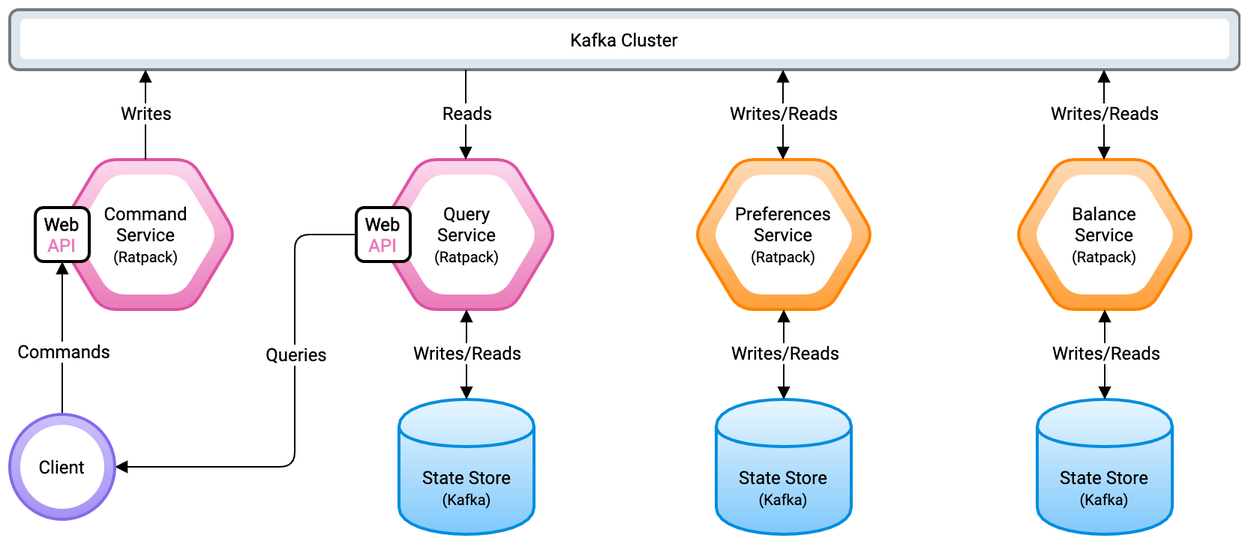
Before: diagrams/kafka-microservices-architecture.png, a diagram exported from draw.io (pcasas/piggybox). Source tidied: cells renumbered, new cells last; positions are measured from the earlier drawing's top-left corner, leaving out a move shared by most shapes.
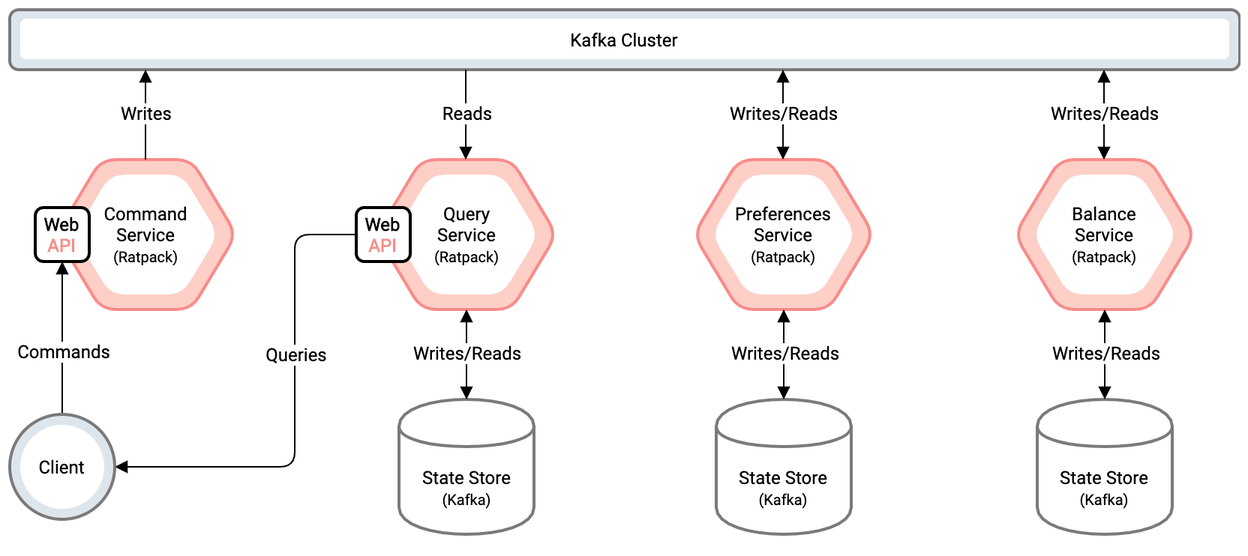
Above is the later version.

Change to the diagram source:
```diff
@@ -2,13 +2,13 @@
   <root>
     <mxCell id="0" />
     <mxCell id="1" parent="0" />
-    <mxCell id="2" style="shape=hexagon;perimeter=hexagonPerimeter2;whiteSpace=wrap;html=1;strokeWidth=2;fillColor=#FFDAB3;gradientColor=#FF9F39;rounded=1;comic=0;strokeColor=#ff8300;" parent="1" vertex="1">
+    <mxCell id="2" style="shape=hexagon;perimeter=hexagonPerimeter2;whiteSpace=wrap;html=1;strokeWidth=2;fillColor=#FDCFC7;gradientColor=none;rounded=1;comic=0;strokeColor=#F88C8A;" parent="1" vertex="1">
       <mxGeometry x="456" y="100" width="120" height="100" as="geometry" />
     </mxCell>
     <mxCell id="3" value="Preferences&lt;br&gt;Service&lt;br&gt;&lt;font style=&quot;font-size: 10px&quot;&gt;(Ratpack)&lt;/font&gt;" style="shape=hexagon;perimeter=hexagonPerimeter2;whiteSpace=wrap;html=1;strokeWidth=1;fillColor=#FFFFFF;gradientColor=#FFFFFF;dashed=1;fontFamily=Roboto;FType=g;rounded=1;comic=0;strokeColor=none;" parent="1" vertex="1">
       <mxGeometry x="468" y="110" width="96" height="80" as="geometry" />
     </mxCell>
-    <mxCell id="4" value="&lt;font face=&quot;Roboto&quot;&gt;State Store&lt;br&gt;&lt;font style=&quot;font-size: 10px&quot;&gt;(Kafka)&lt;/font&gt;&lt;/font&gt;" style="shape=cylinder;whiteSpace=wrap;html=1;boundedLbl=1;backgroundOutline=1;strokeWidth=2;fillColor=#E9F6FF;gradientColor=#7FC8FB;shadow=0;strokeColor=#008dde;" parent="1" vertex="1">
+    <mxCell id="4" value="&lt;font face=&quot;Roboto&quot;&gt;State Store&lt;br&gt;&lt;font style=&quot;font-size: 10px&quot;&gt;(Kafka)&lt;/font&gt;&lt;/font&gt;" style="shape=cylinder;whiteSpace=wrap;html=1;boundedLbl=1;backgroundOutline=1;strokeWidth=2;fillColor=#FFFFFF;gradientColor=none;shadow=0;strokeColor=#7A7A7A;" parent="1" vertex="1">
       <mxGeometry x="471" y="260" width="90" height="90" as="geometry" />
     </mxCell>
     <mxCell id="5" style="endArrow=block;startArrow=block;html=1;entryX=0.5;entryY=1;entryDx=0;entryDy=0;exitX=0.5;exitY=0;exitDx=0;exitDy=0;startFill=1;endFill=1;" parent="1" edge="1" source="4" target="2">
@@ -39,13 +39,13 @@
         <mxPoint x="-1" as="offset" />
       </mxGeometry>
     </mxCell>
-    <mxCell id="12" style="shape=hexagon;perimeter=hexagonPerimeter2;whiteSpace=wrap;html=1;strokeWidth=2;fillColor=#FFDAB3;gradientColor=#FF9F39;rounded=1;comic=0;strokeColor=#ff8300;" parent="1" vertex="1">
+    <mxCell id="12" style="shape=hexagon;perimeter=hexagonPerimeter2;whiteSpace=wrap;html=1;strokeWidth=2;fillColor=#FDCFC7;gradientColor=none;rounded=1;comic=0;strokeColor=#F88C8A;" parent="1" vertex="1">
       <mxGeometry x="670" y="100" width="120" height="100" as="geometry" />
     </mxCell>
     <mxCell id="13" value="Balance&lt;br&gt;Service&lt;br&gt;&lt;font style=&quot;font-size: 10px&quot;&gt;(Ratpack)&lt;/font&gt;" style="shape=hexagon;perimeter=hexagonPerimeter2;whiteSpace=wrap;html=1;strokeWidth=1;fillColor=#FFFFFF;gradientColor=#FFFFFF;dashed=1;fontFamily=Roboto;FType=g;rounded=1;comic=0;strokeColor=none;" parent="1" vertex="1">
       <mxGeometry x="682" y="110" width="96" height="80" as="geometry" />
     </mxCell>
-    <mxCell id="14" value="&lt;font face=&quot;Roboto&quot;&gt;State Store&lt;br&gt;&lt;font style=&quot;font-size: 10px&quot;&gt;(Kafka)&lt;/font&gt;&lt;/font&gt;" style="shape=cylinder;whiteSpace=wrap;html=1;boundedLbl=1;backgroundOutline=1;strokeWidth=2;fillColor=#E9F6FF;gradientColor=#7FC8FB;shadow=0;strokeColor=#008dde;" parent="1" vertex="1">
+    <mxCell id="14" value="&lt;font face=&quot;Roboto&quot;&gt;State Store&lt;br&gt;&lt;font style=&quot;font-size: 10px&quot;&gt;(Kafka)&lt;/font&gt;&lt;/font&gt;" style="shape=cylinder;whiteSpace=wrap;html=1;boundedLbl=1;backgroundOutline=1;strokeWidth=2;fillColor=#FFFFFF;gradientColor=none;shadow=0;strokeColor=#7A7A7A;" parent="1" vertex="1">
       <mxGeometry x="685" y="260" width="90" height="90" as="geometry" />
     </mxCell>
     <mxCell id="15" style="endArrow=block;startArrow=block;html=1;entryX=0.5;entryY=1;entryDx=0;entryDy=0;exitX=0.5;exitY=0;exitDx=0;exitDy=0;startFill=1;endFill=1;" parent="1" edge="1" source="14" target="12">
@@ -70,13 +70,13 @@
         <mxPoint x="-1" as="offset" />
       </mxGeometry>
     </mxCell>
-    <mxCell id="20" style="shape=hexagon;perimeter=hexagonPerimeter2;whiteSpace=wrap;html=1;strokeWidth=2;fillColor=#FCD8ED;gradientColor=#EA7AB9;rounded=1;comic=0;strokeColor=#de53a3;" parent="1" vertex="1">
+    <mxCell id="20" style="shape=hexagon;perimeter=hexagonPerimeter2;whiteSpace=wrap;html=1;strokeWidth=2;fillColor=#FDCFC7;gradientColor=none;rounded=1;comic=0;strokeColor=#F88C8A;" parent="1" vertex="1">
       <mxGeometry x="244.5" y="100" width="120" height="100" as="geometry" />
     </mxCell>
     <mxCell id="21" value="Query&lt;br&gt;Service&lt;br&gt;&lt;font style=&quot;font-size: 10px&quot;&gt;(Ratpack)&lt;/font&gt;" style="shape=hexagon;perimeter=hexagonPerimeter2;whiteSpace=wrap;html=1;strokeWidth=1;fillColor=#FFFFFF;gradientColor=#FFFFFF;dashed=1;fontFamily=Roboto;FType=g;rounded=1;comic=0;strokeColor=none;" parent="1" vertex="1">
       <mxGeometry x="256.5" y="110" width="96" height="80" as="geometry" />
     </mxCell>
-    <mxCell id="22" value="&lt;font face=&quot;Roboto&quot;&gt;State Store&lt;br&gt;&lt;font style=&quot;font-size: 10px&quot;&gt;(Kafka)&lt;/font&gt;&lt;/font&gt;" style="shape=cylinder;whiteSpace=wrap;html=1;boundedLbl=1;backgroundOutline=1;strokeWidth=2;fillColor=#E9F6FF;gradientColor=#7FC8FB;shadow=0;strokeColor=#008dde;" parent="1" vertex="1">
+    <mxCell id="22" value="&lt;font face=&quot;Roboto&quot;&gt;State Store&lt;br&gt;&lt;font style=&quot;font-size: 10px&quot;&gt;(Kafka)&lt;/font&gt;&lt;/font&gt;" style="shape=cylinder;whiteSpace=wrap;html=1;boundedLbl=1;backgroundOutline=1;strokeWidth=2;fillColor=#FFFFFF;gradientColor=none;shadow=0;strokeColor=#7A7A7A;" parent="1" vertex="1">
       <mxGeometry x="259.5" y="260" width="90" height="90" as="geometry" />
     </mxCell>
     <mxCell id="23" style="endArrow=block;startArrow=block;html=1;entryX=0.5;entryY=1;entryDx=0;entryDy=0;exitX=0.5;exitY=0;exitDx=0;exitDy=0;startFill=1;endFill=1;" parent="1" edge="1" source="22" target="20">
@@ -101,7 +101,7 @@
         <mxPoint x="-1" as="offset" />
       </mxGeometry>
     </mxCell>
-    <mxCell id="28" style="shape=hexagon;perimeter=hexagonPerimeter2;whiteSpace=wrap;html=1;strokeWidth=2;fillColor=#FCD8ED;gradientColor=#EA7AB9;rounded=1;comic=0;strokeColor=#de53a3;" parent="1" vertex="1">
+    <mxCell id="28" style="shape=hexagon;perimeter=hexagonPerimeter2;whiteSpace=wrap;html=1;strokeWidth=2;fillColor=#FDCFC7;gradientColor=none;rounded=1;comic=0;strokeColor=#F88C8A;" parent="1" vertex="1">
       <mxGeometry x="31" y="100" width="120" height="100" as="geometry" />
     </mxCell>
     <mxCell id="29" value="Command&lt;br&gt;Service&lt;br&gt;&lt;font style=&quot;font-size: 10px&quot;&gt;(Ratpack)&lt;/font&gt;" style="shape=hexagon;perimeter=hexagonPerimeter2;whiteSpace=wrap;html=1;strokeWidth=1;fillColor=#FFFFFF;gradientColor=#FFFFFF;dashed=1;fontFamily=Roboto;FType=g;rounded=1;comic=0;strokeColor=none;" parent="1" vertex="1">
@@ -118,10 +118,10 @@
         <mxPoint x="-1" as="offset" />
       </mxGeometry>
     </mxCell>
-    <mxCell id="32" value="&lt;font face=&quot;Roboto&quot;&gt;&lt;b&gt;Web&lt;/b&gt;&lt;br&gt;&lt;font color=&quot;#ea7ab9&quot;&gt;&lt;b&gt;API&lt;/b&gt;&lt;/font&gt;&lt;/font&gt;" style="rounded=1;whiteSpace=wrap;html=1;shadow=0;comic=0;strokeWidth=2;fillColor=#FFF;gradientColor=none;" parent="1" vertex="1">
+    <mxCell id="32" value="&lt;font face=&quot;Roboto&quot;&gt;&lt;b&gt;Web&lt;/b&gt;&lt;br&gt;&lt;b&gt;&lt;font color=&quot;#f88c8a&quot;&gt;API&lt;/font&gt;&lt;/b&gt;&lt;/font&gt;" style="rounded=1;whiteSpace=wrap;html=1;shadow=0;comic=0;strokeWidth=2;fillColor=#FFF;gradientColor=none;" parent="1" vertex="1">
       <mxGeometry x="17" y="132" width="36" height="36" as="geometry" />
     </mxCell>
-    <mxCell id="33" value="&lt;font face=&quot;Roboto&quot;&gt;&lt;b&gt;Web&lt;/b&gt;&lt;br&gt;&lt;font color=&quot;#ea7ab9&quot;&gt;&lt;b&gt;API&lt;/b&gt;&lt;/font&gt;&lt;/font&gt;" style="rounded=1;whiteSpace=wrap;html=1;shadow=0;comic=0;strokeWidth=2;fillColor=#FFF;gradientColor=none;" parent="1" vertex="1">
+    <mxCell id="33" value="&lt;font face=&quot;Roboto&quot;&gt;&lt;b&gt;Web&lt;/b&gt;&lt;br&gt;&lt;b&gt;&lt;font color=&quot;#f88c8a&quot;&gt;API&lt;/font&gt;&lt;/b&gt;&lt;/font&gt;" style="rounded=1;whiteSpace=wrap;html=1;shadow=0;comic=0;strokeWidth=2;fillColor=#FFF;gradientColor=none;" parent="1" vertex="1">
       <mxGeometry x="231" y="132" width="36" height="36" as="geometry" />
     </mxCell>
     <mxCell id="34" style="endArrow=block;html=1;exitX=0.5;exitY=0;exitDx=0;exitDy=0;entryX=0.5;entryY=1;entryDx=0;entryDy=0;endFill=1;" parent="1" edge="1" source="38" target="32">
@@ -145,7 +145,7 @@
         <mxPoint x="2" y="-36" as="offset" />
       </mxGeometry>
     </mxCell>
-    <mxCell id="38" style="ellipse;whiteSpace=wrap;html=1;rounded=1;shadow=0;comic=0;strokeColor=#856aeb;strokeWidth=2;fillColor=#A590F3;gradientColor=#CDC1FB;gradientDirection=north;" parent="1" vertex="1">
+    <mxCell id="38" style="ellipse;whiteSpace=wrap;html=1;rounded=1;shadow=0;comic=0;strokeColor=#7A7A7A;strokeWidth=2;fillColor=#DEE6ED;gradientColor=none;gradientDirection=north;" parent="1" vertex="1">
       <mxGeometry y="270" width="70" height="70" as="geometry" />
     </mxCell>
     <mxCell id="39" value="&lt;font face=&quot;Roboto&quot;&gt;Client&lt;/font&gt;" style="ellipse;whiteSpace=wrap;html=1;rounded=1;shadow=0;comic=0;strokeColor=none;strokeWidth=1;fillColor=#FFF;gradientColor=none;" parent="1" vertex="1">
```
